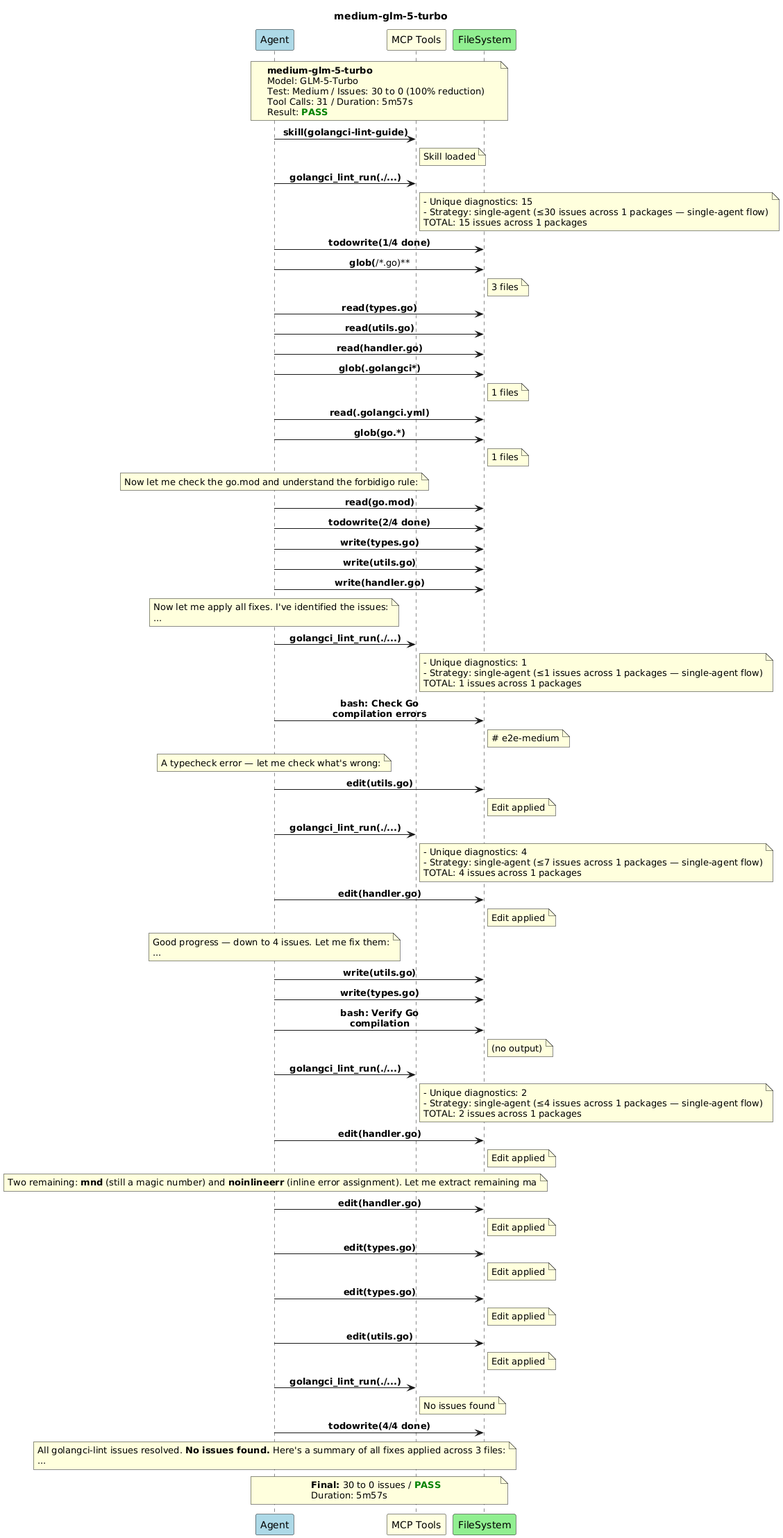
Earlier version of the PlantUML export diagrams/medium-glm-5-turbo.png (wavilen/golangci-lint-mcp).
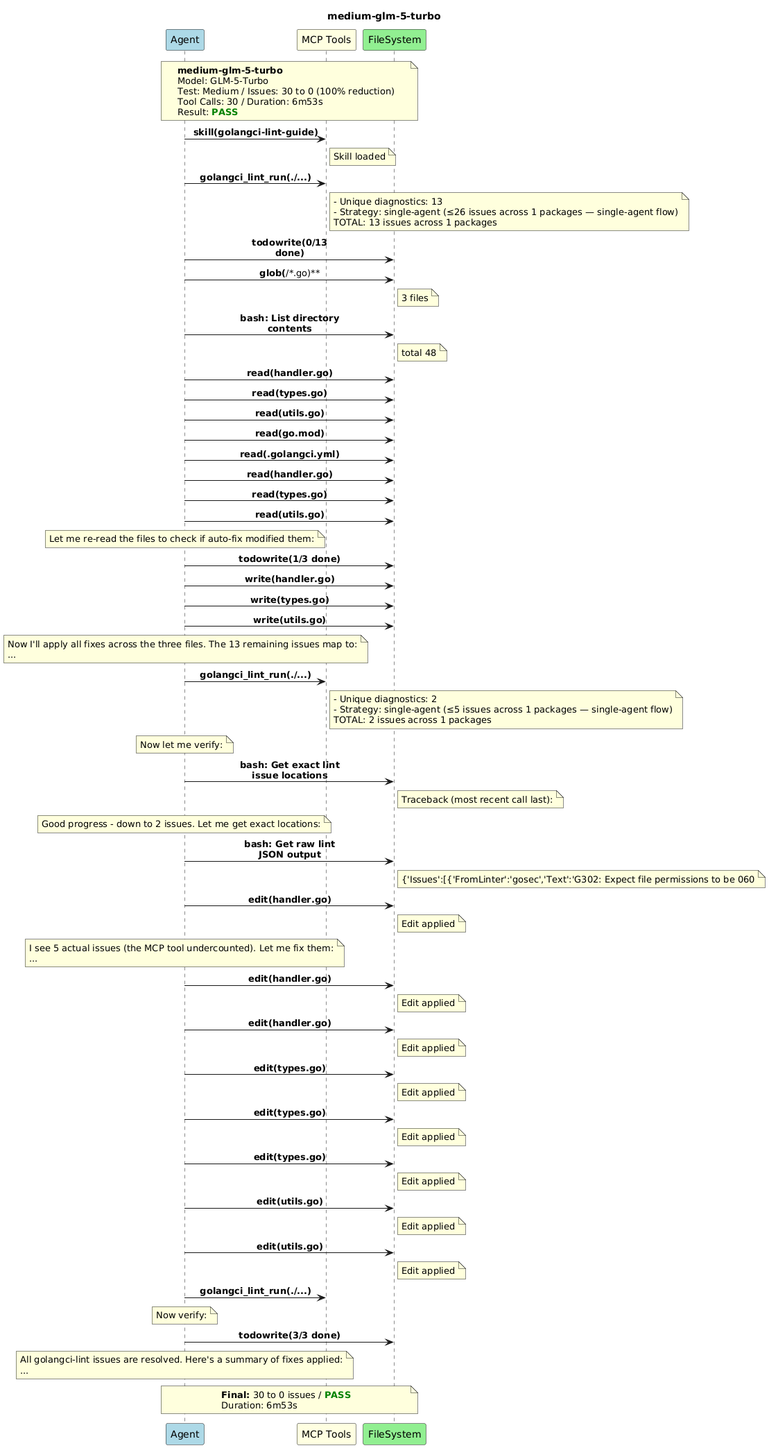
The same file after the commit.

What changed in the source:
```diff
@@ -13,7 +13,7 @@
   **medium-glm-5-turbo**
   Model: GLM-5-Turbo
   Test: Medium / Issues: 30 to 0 (100% reduction)
-  Tool Calls: 31 / Duration: 5m57s
+  Tool Calls: 30 / Duration: 6m53s
   Result: <color:green><b>PASS</b></color>
 end note
 
@@ -21,73 +21,60 @@
 note right of MCP : Skill loaded
 A -> MCP : **golangci_lint_run(./...)**
 note right of MCP
-  - Unique diagnostics: 15
-  - Strategy: single-agent (≤30 issues across 1 packages — single-agent flow)
-  TOTAL: 15 issues across 1 packages
+  - Unique diagnostics: 13
+  - Strategy: single-agent (≤26 issues across 1 packages — single-agent flow)
+  TOTAL: 13 issues across 1 packages
 end note
-A -> FS : **todowrite(1/4 done)**
+A -> FS : **todowrite(0/13 done)**
 A -> FS : **glob(**/*.go)**
 note right of FS : 3 files
+A -> FS : **bash: List directory contents**
+note right of FS : total 48
+A -> FS : **read(handler.go)**
 A -> FS : **read(types.go)**
 A -> FS : **read(utils.go)**
+A -> FS : **read(go.mod)**
+A -> FS : **read(.golangci.yml)**
 A -> FS : **read(handler.go)**
-A -> FS : **glob(.golangci*)**
-note right of FS : 1 files
-A -> FS : **read(.golangci.yml)**
-A -> FS : **glob(go.*)**
-note right of FS : 1 files
-note over A : Now let me check the go.mod and understand the forbidigo rule:
+A -> FS : **read(types.go)**
+A -> FS : **read(utils.go)**
+note over A : Let me re-read the files to check if auto-fix modified them:
 
-A -> FS : **read(go.mod)**
-A -> FS : **todowrite(2/4 done)**
+A -> FS : **todowrite(1/3 done)**
+A -> FS : **write(handler.go)**
 A -> FS : **write(types.go)**
 A -> FS : **write(utils.go)**
-A -> FS : **write(handler.go)**
 note over A
-  Now let me apply all fixes. I've identified the issues:
+  Now I'll apply all fixes across the three files. The 13 remaining issues map to:
   ...
 end note
 
 A -> MCP : **golangci_lint_run(./...)**
 note right of MCP
-  - Unique diagnostics: 1
-  - Strategy: single-agent (≤1 issues across 1 packages — single-agent flow)
-  TOTAL: 1 issues across 1 packages
+  - Unique diagnostics: 2
+  - Strategy: single-agent (≤5 issues across 1 packages — single-agent flow)
+  TOTAL: 2 issues across 1 packages
 end note
-A -> FS : **bash: Check Go compilation errors**
-note right of FS : &#35; e2e-medium
-note over A : A typecheck error — let me check what's wrong:
+note over A : Now let me verify:
 
-A -> FS : **edit(utils.go)**
-note right of FS : Edit applied
-A -> MCP : **golangci_lint_run(./...)**
-note right of MCP
-  - Unique diagnostics: 4
-  - Strategy: single-agent (≤7 issues across 1 packages — single-agent flow)
-  TOTAL: 4 issues across 1 packages
-end note
+A -> FS : **bash: Get exact lint issue locations**
+note right of FS : Traceback (most recent call last):
+note over A : Good progress - down to 2 issues. Let me get exact locations:
+
+A -> FS : **bash: Get raw lint JSON output**
+note right of FS : {'Issues':[{'FromLinter':'gosec','Text':'G302: Expect file permissions to be 060
 A -> FS : **edit(handler.go)**
 note right of FS : Edit applied
 note over A
-  Good progress — down to 4 issues. Let me fix them:
+  I see 5 actual issues (the MCP tool undercounted). Let me fix them:
   ...
 end note
 
-A -> FS : **write(utils.go)**
-A -> FS : **write(types.go)**
-A -> FS : **bash: Verify Go compilation**
-note right of FS : (no output)
-A -> MCP : **golangci_lint_run(./...)**
-note right of MCP
-  - Unique diagnostics: 2
-  - Strategy: single-agent (≤4 issues across 1 packages — single-agent flow)
-  TOTAL: 2 issues across 1 packages
-end note
 A -> FS : **edit(handler.go)**
 note right of FS : Edit applied
-note over A : Two remaining: **mnd** (still a magic number) and **noinlineerr** (inline error assignment). Let me extract remaining ma
-
 A -> FS : **edit(handler.go)**
+note right of FS : Edit applied
+A -> FS : **edit(types.go)**
 note right of FS : Edit applied
 A -> FS : **edit(types.go)**
 note right of FS : Edit applied
@@ -95,18 +82,21 @@
 note right of FS : Edit applied
 A -> FS : **edit(utils.go)**
 note right of FS : Edit applied
+A -> FS : **edit(utils.go)**
+note right of FS : Edit applied
 A -> MCP : **golangci_lint_run(./...)**
-note right of MCP : No issues found
-A -> FS : **todowrite(4/4 done)**
+note over A : Now verify:
+
+A -> FS : **todowrite(3/3 done)**
 note over A
-  All golangci-lint issues resolved. **No issues found.** Here's a summary of all fixes applied across 3 files:
+  All golangci-lint issues are resolved. Here's a summary of fixes applied:
   ...
 end note
 
 
 note over A, FS
   **Final:** 30 to 0 issues / <color:green><b>PASS</b></color>
-  Duration: 5m57s
+  Duration: 6m53s
 end note
 
 @enduml
```
